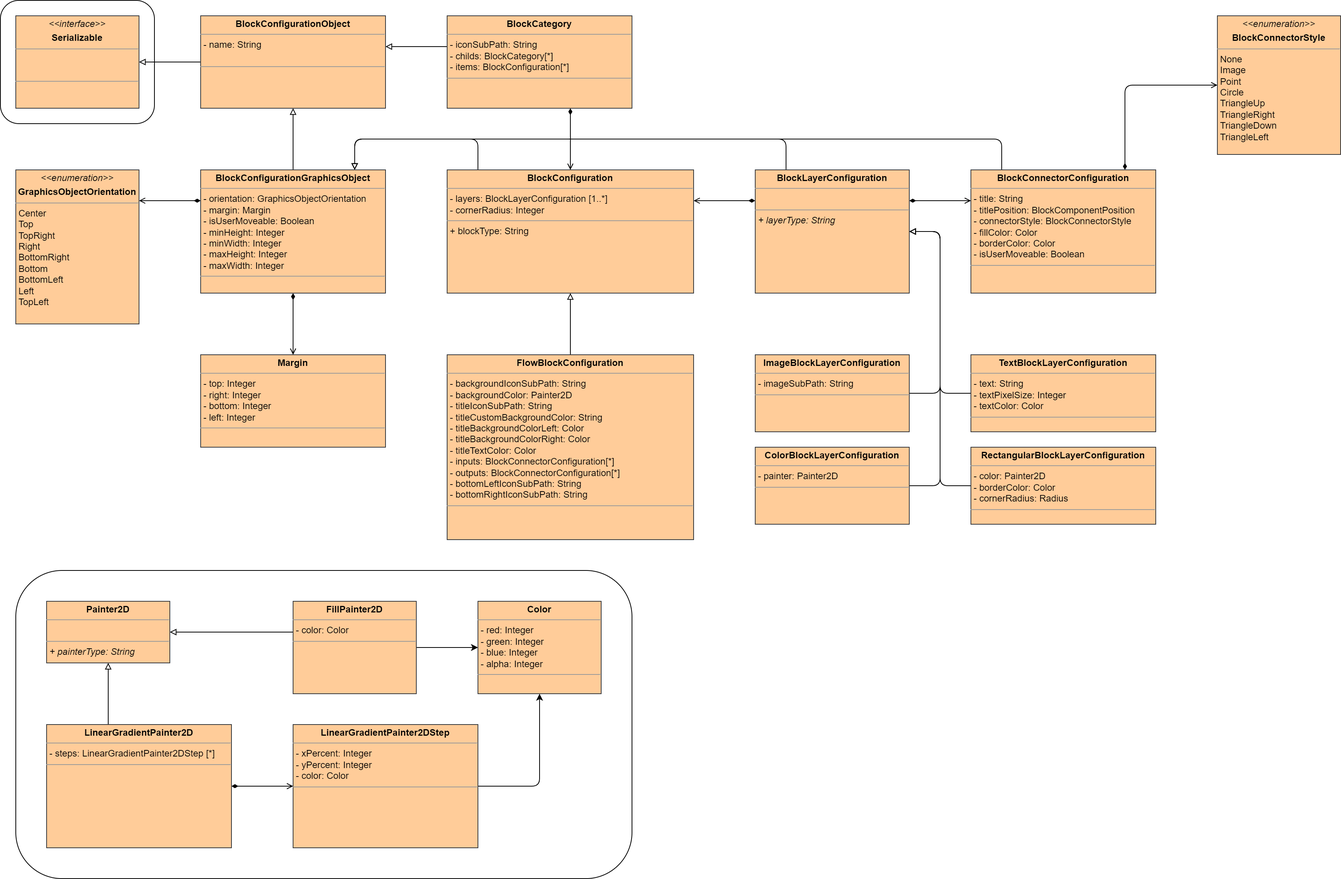
Before: Documentation/Developer/block_editor/images/block_editor_api_class.png, a diagram exported from draw.io (OT-OpenTwin/OpenTwin). Source tidied: cells renumbered, new cells last; positions are measured from the earlier drawing's top-left corner, leaving out a move shared by most shapes.
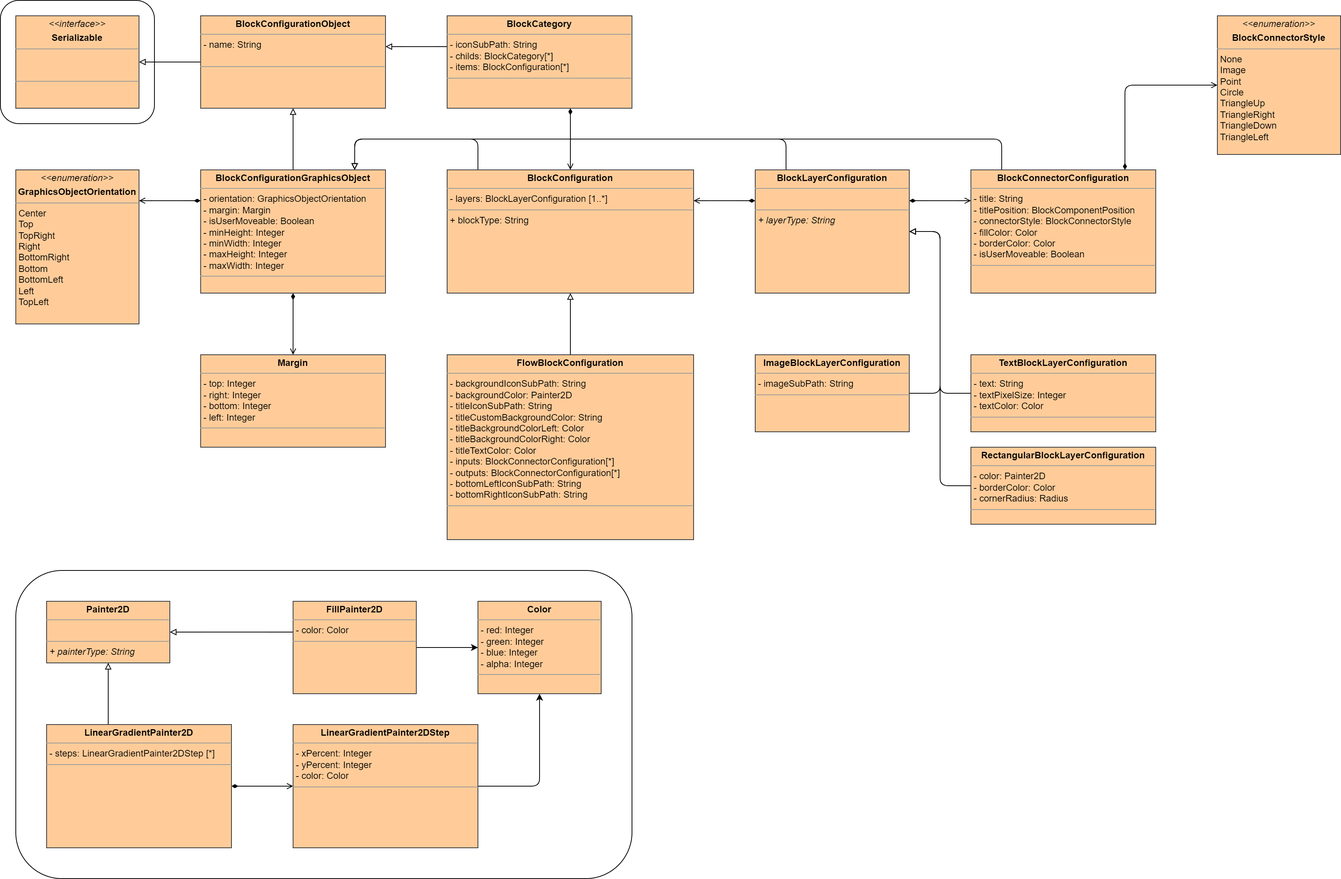
The same file after the commit.

Commit message:
BlockEditor: Updated class diagram

The edit, as a diff of the source:
```diff
@@ -16,7 +16,7 @@
         </Array>
       </mxGeometry>
     </mxCell>
-    <mxCell id="5" value="&lt;p style=&quot;margin:0px;margin-top:4px;text-align:center;&quot;&gt;&lt;b&gt;BlockConfiguration&lt;/b&gt;&lt;/p&gt;&lt;hr size=&quot;1&quot;&gt;&lt;p style=&quot;margin:0px;margin-left:4px;&quot;&gt;&lt;span style=&quot;background-color: initial;&quot;&gt;- layers: BlockLayerConfiguration [1..*]&lt;/span&gt;&lt;br&gt;&lt;/p&gt;&lt;p style=&quot;border-color: var(--border-color); margin: 0px 0px 0px 4px;&quot;&gt;- cornerRadius: Integer&lt;/p&gt;&lt;hr size=&quot;1&quot;&gt;&lt;p style=&quot;margin:0px;margin-left:4px;&quot;&gt;+ blockType: String&lt;/p&gt;" style="verticalAlign=top;align=left;overflow=fill;fontSize=12;fontFamily=Helvetica;html=1;fillColor=#ffcc99;strokeColor=#36393d;" parent="1" vertex="1">
+    <mxCell id="5" value="&lt;p style=&quot;margin:0px;margin-top:4px;text-align:center;&quot;&gt;&lt;b&gt;BlockConfiguration&lt;/b&gt;&lt;/p&gt;&lt;hr size=&quot;1&quot;&gt;&lt;p style=&quot;margin:0px;margin-left:4px;&quot;&gt;&lt;span style=&quot;background-color: initial;&quot;&gt;- layers: BlockLayerConfiguration [1..*]&lt;/span&gt;&lt;/p&gt;&lt;hr size=&quot;1&quot;&gt;&lt;p style=&quot;margin:0px;margin-left:4px;&quot;&gt;+ blockType: String&lt;/p&gt;" style="verticalAlign=top;align=left;overflow=fill;fontSize=12;fontFamily=Helvetica;html=1;fillColor=#ffcc99;strokeColor=#36393d;" parent="1" vertex="1">
       <mxGeometry x="580" y="220" width="320" height="160" as="geometry" />
     </mxCell>
     <mxCell id="6" style="edgeStyle=orthogonalEdgeStyle;rounded=0;jettySize=auto;html=1;endArrow=open;endFill=0;startArrow=diamondThin;startFill=1;" parent="1" edge="1" source="8" target="5">
@@ -110,16 +110,6 @@
     <mxCell id="21" value="&lt;p style=&quot;margin:0px;margin-top:4px;text-align:center;&quot;&gt;&lt;b&gt;ImageBlockLayerConfiguration&lt;/b&gt;&lt;/p&gt;&lt;hr size=&quot;1&quot;&gt;&lt;p style=&quot;margin:0px;margin-left:4px;&quot;&gt;&lt;span style=&quot;background-color: initial;&quot;&gt;- imageSubPath: String&lt;/span&gt;&lt;/p&gt;&lt;hr size=&quot;1&quot;&gt;&lt;p style=&quot;margin:0px;margin-left:4px;&quot;&gt;&lt;br&gt;&lt;/p&gt;" style="verticalAlign=top;align=left;overflow=fill;fontSize=12;fontFamily=Helvetica;html=1;fillColor=#ffcc99;strokeColor=#36393d;" parent="1" vertex="1">
       <mxGeometry x="980" y="460" width="200" height="100" as="geometry" />
     </mxCell>
-    <mxCell id="22" style="edgeStyle=orthogonalEdgeStyle;rounded=1;jettySize=auto;html=1;endArrow=block;endFill=0;" parent="1" edge="1" source="23" target="19">
-      <mxGeometry relative="1" as="geometry">
-        <Array as="points">
-          <mxPoint x="1220" y="630" />
-        </Array>
-      </mxGeometry>
-    </mxCell>
-    <mxCell id="23" value="&lt;p style=&quot;margin:0px;margin-top:4px;text-align:center;&quot;&gt;&lt;b&gt;ColorBlockLayerConfiguration&lt;/b&gt;&lt;/p&gt;&lt;hr size=&quot;1&quot;&gt;&lt;p style=&quot;margin:0px;margin-left:4px;&quot;&gt;&lt;span style=&quot;background-color: initial;&quot;&gt;- painter: Painter2D&lt;/span&gt;&lt;/p&gt;&lt;hr size=&quot;1&quot;&gt;&lt;p style=&quot;margin:0px;margin-left:4px;&quot;&gt;&lt;br&gt;&lt;/p&gt;" style="verticalAlign=top;align=left;overflow=fill;fontSize=12;fontFamily=Helvetica;html=1;fillColor=#ffcc99;strokeColor=#36393d;" parent="1" vertex="1">
-      <mxGeometry x="980" y="580" width="200" height="100" as="geometry" />
-    </mxCell>
     <mxCell id="24" style="edgeStyle=orthogonalEdgeStyle;rounded=1;jettySize=auto;html=1;endArrow=block;endFill=0;" parent="1" edge="1" source="25" target="19">
       <mxGeometry relative="1" as="geometry">
         <Array as="points">
```
